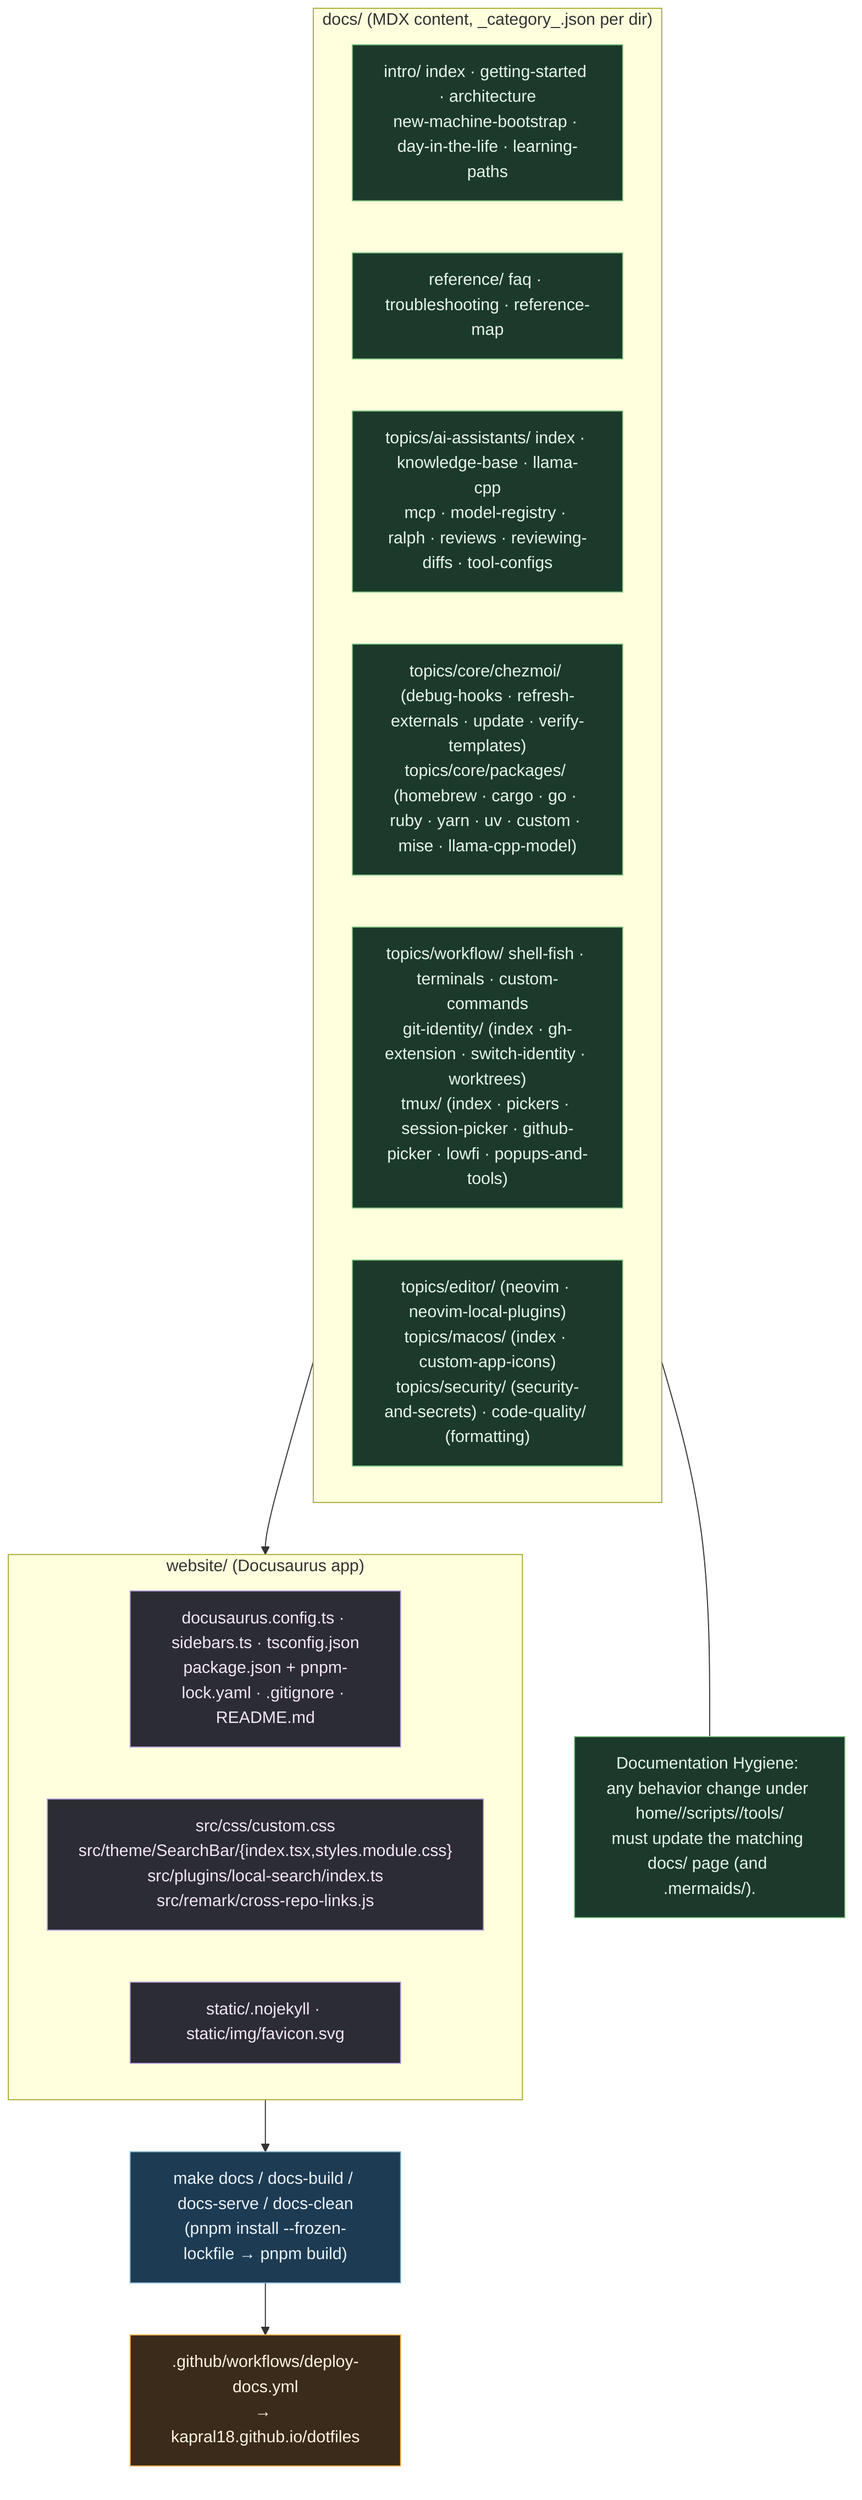
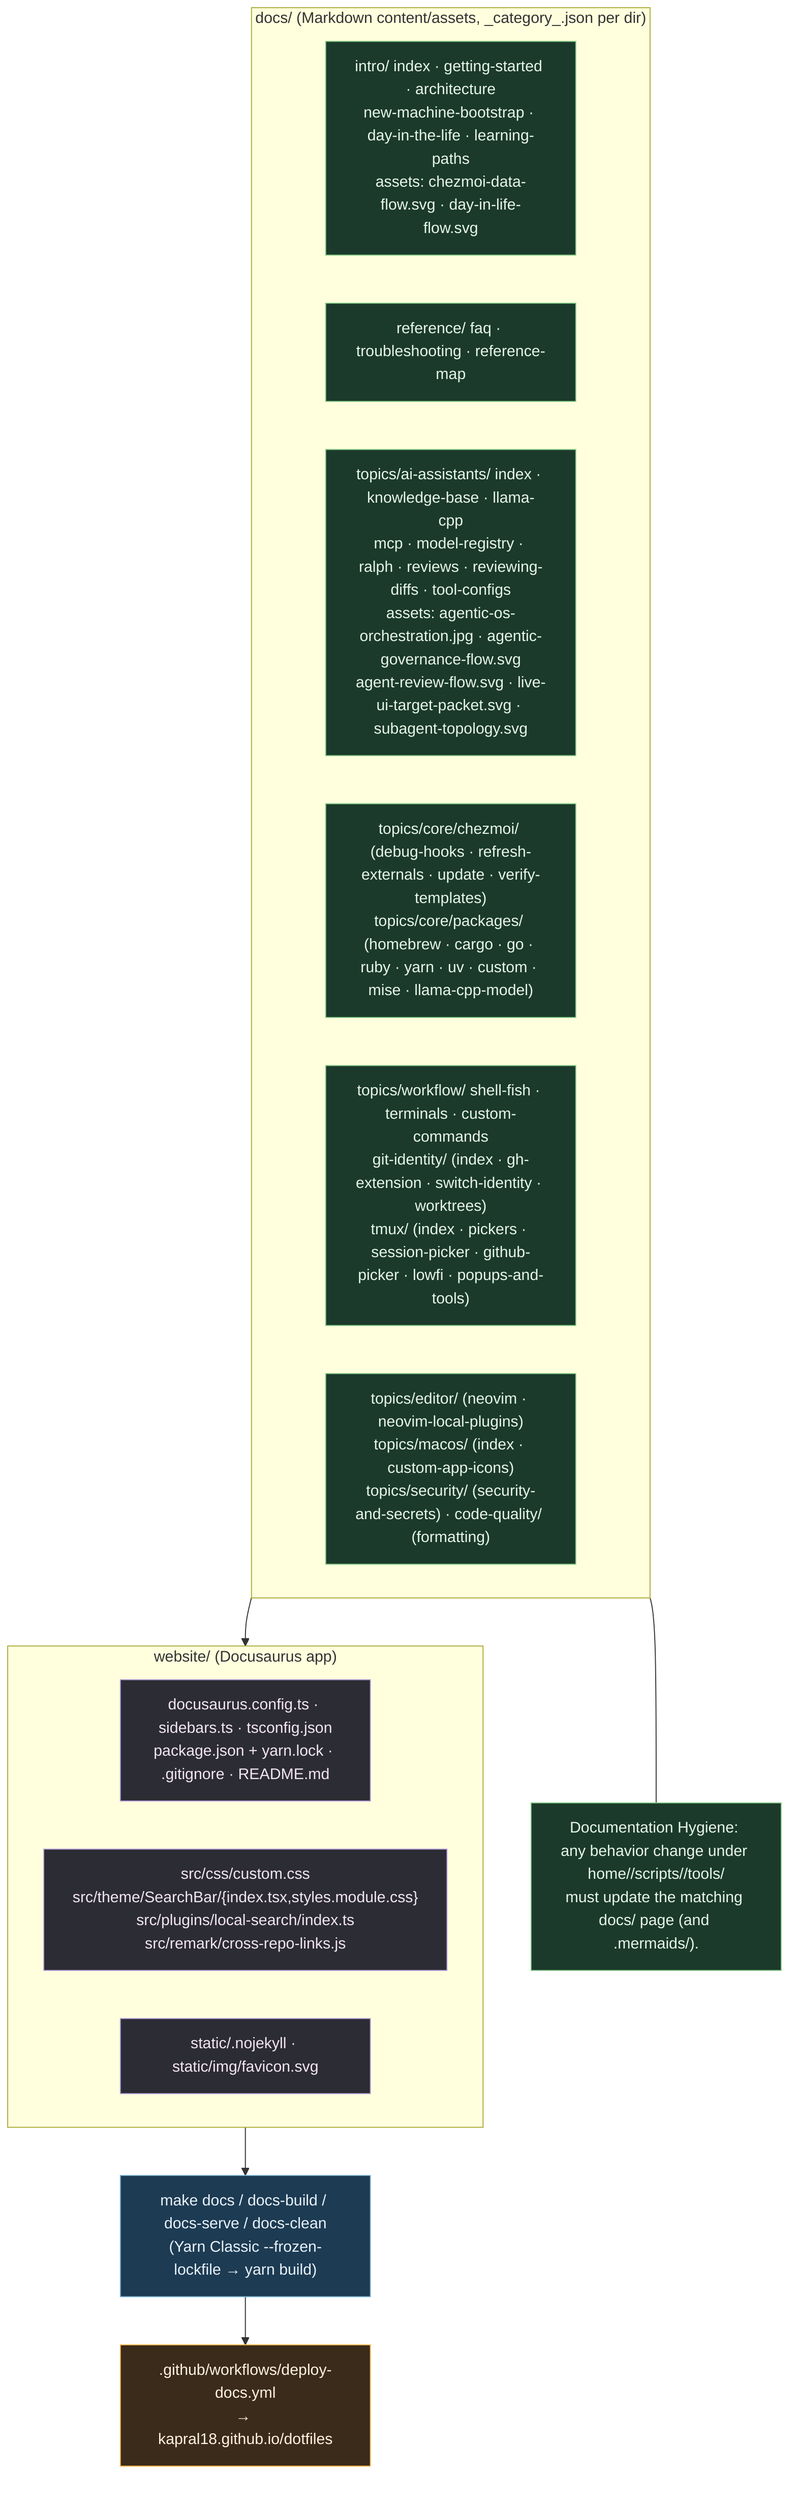
%% ============================================================================
%% 10-docs-and-repo-meta.mmd — Docusaurus site (website/ + docs/) and how it
- %% ships. docs/ = MDX content; website/ = build/theme; deployed to GitHub Pages.
+ %% ships. docs/ = Markdown content/assets; website/ = build/theme; deployed to GitHub Pages.
%% Every docs page + every website source file named.
%% ============================================================================
flowchart TB
    classDef site fill:#1d3b53,stroke:#7fb3d5,color:#eaf2f8;
    classDef content fill:#1b3a2b,stroke:#81c784,color:#e8f5e9;
    classDef build fill:#2c2c34,stroke:#b39ddb,color:#f3e5f5;
    classDef ci fill:#3a2b1b,stroke:#ffb74d,color:#fff3e0;

    subgraph WEBSITE["website/ (Docusaurus app)"]
-         CFG["docusaurus.config.ts · sidebars.ts · tsconfig.json<br/>package.json + pnpm-lock.yaml · .gitignore · README.md"]:::build
+         CFG["docusaurus.config.ts · sidebars.ts · tsconfig.json<br/>package.json + yarn.lock · .gitignore · README.md"]:::build
        SRC["src/css/custom.css<br/>src/theme/SearchBar/{index.tsx,styles.module.css}<br/>src/plugins/local-search/index.ts<br/>src/remark/cross-repo-links.js"]:::build
        STATIC["static/.nojekyll · static/img/favicon.svg"]:::build
    end

-     subgraph DOCS["docs/ (MDX content, _category_.json per dir)"]
-         INTRO["intro/ index · getting-started · architecture<br/>new-machine-bootstrap · day-in-the-life · learning-paths"]:::content
+     subgraph DOCS["docs/ (Markdown content/assets, _category_.json per dir)"]
+         INTRO["intro/ index · getting-started · architecture<br/>new-machine-bootstrap · day-in-the-life · learning-paths<br/>assets: chezmoi-data-flow.svg · day-in-life-flow.svg"]:::content
        REF["reference/ faq · troubleshooting · reference-map"]:::content
-         TAI["topics/ai-assistants/ index · knowledge-base · llama-cpp<br/>mcp · model-registry · ralph · reviews · reviewing-diffs · tool-configs"]:::content
+         TAI["topics/ai-assistants/ index · knowledge-base · llama-cpp<br/>mcp · model-registry · ralph · reviews · reviewing-diffs · tool-configs<br/>assets: agentic-os-orchestration.jpg · agentic-governance-flow.svg<br/>agent-review-flow.svg · live-ui-target-packet.svg · subagent-topology.svg"]:::content
        TCORE["topics/core/chezmoi/ (debug-hooks · refresh-externals · update · verify-templates)<br/>topics/core/packages/ (homebrew · cargo · go · ruby · yarn · uv · custom · mise · llama-cpp-model)"]:::content
        TWORK["topics/workflow/ shell-fish · terminals · custom-commands<br/>git-identity/ (index · gh-extension · switch-identity · worktrees)<br/>tmux/ (index · pickers · session-picker · github-picker · lowfi · popups-and-tools)"]:::content
        TMISC["topics/editor/ (neovim · neovim-local-plugins)<br/>topics/macos/ (index · custom-app-icons)<br/>topics/security/ (security-and-secrets) · code-quality/ (formatting)"]:::content
    end

    DOCS --> WEBSITE
-     WEBSITE --> BUILD["make docs / docs-build / docs-serve / docs-clean<br/>(pnpm install --frozen-lockfile → pnpm build)"]:::site
+     WEBSITE --> BUILD["make docs / docs-build / docs-serve / docs-clean<br/>(Yarn Classic --frozen-lockfile → yarn build)"]:::site
    BUILD --> CI[".github/workflows/deploy-docs.yml<br/>→ kapral18.github.io/dotfiles"]:::ci

    NOTE["Documentation Hygiene: any behavior change under home//scripts//tools/<br/>must update the matching docs/ page (and .mermaids/)."]:::content
    DOCS --- NOTE
